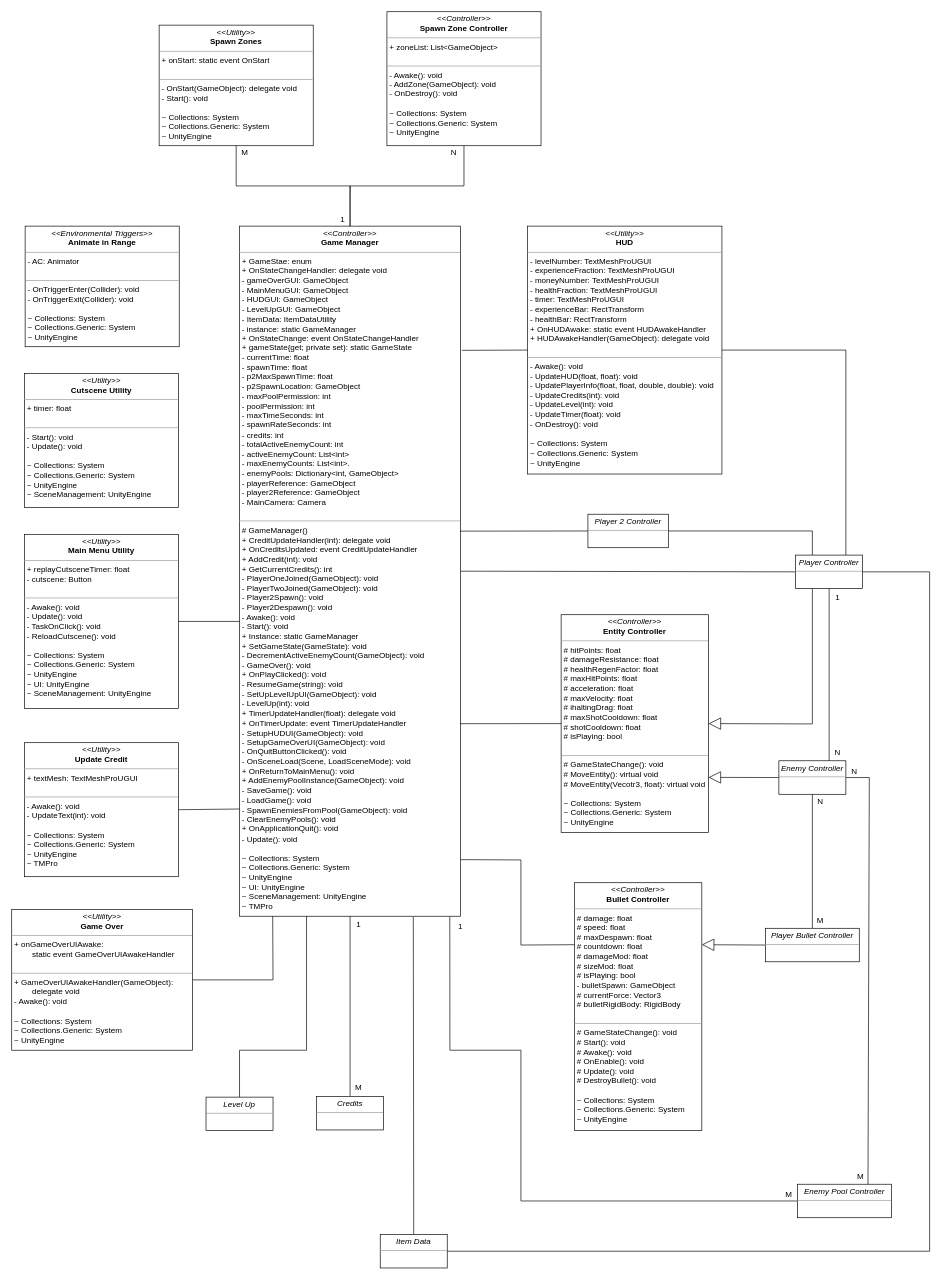
The draw.io diagram page "Game Manager" (5 of 5) of Documentation files/Class Diagram.drawio in Ulibomber1/Middlespace-Survivor, before the edit. Source tidied: cells renumbered, new cells numbered last; positions are measured from the earlier drawing's top-left corner, leaving out a move shared by most shapes. Both pictures are drawn from the tidied source at 67%, with x=0, y=0 at pixel (11, 11).
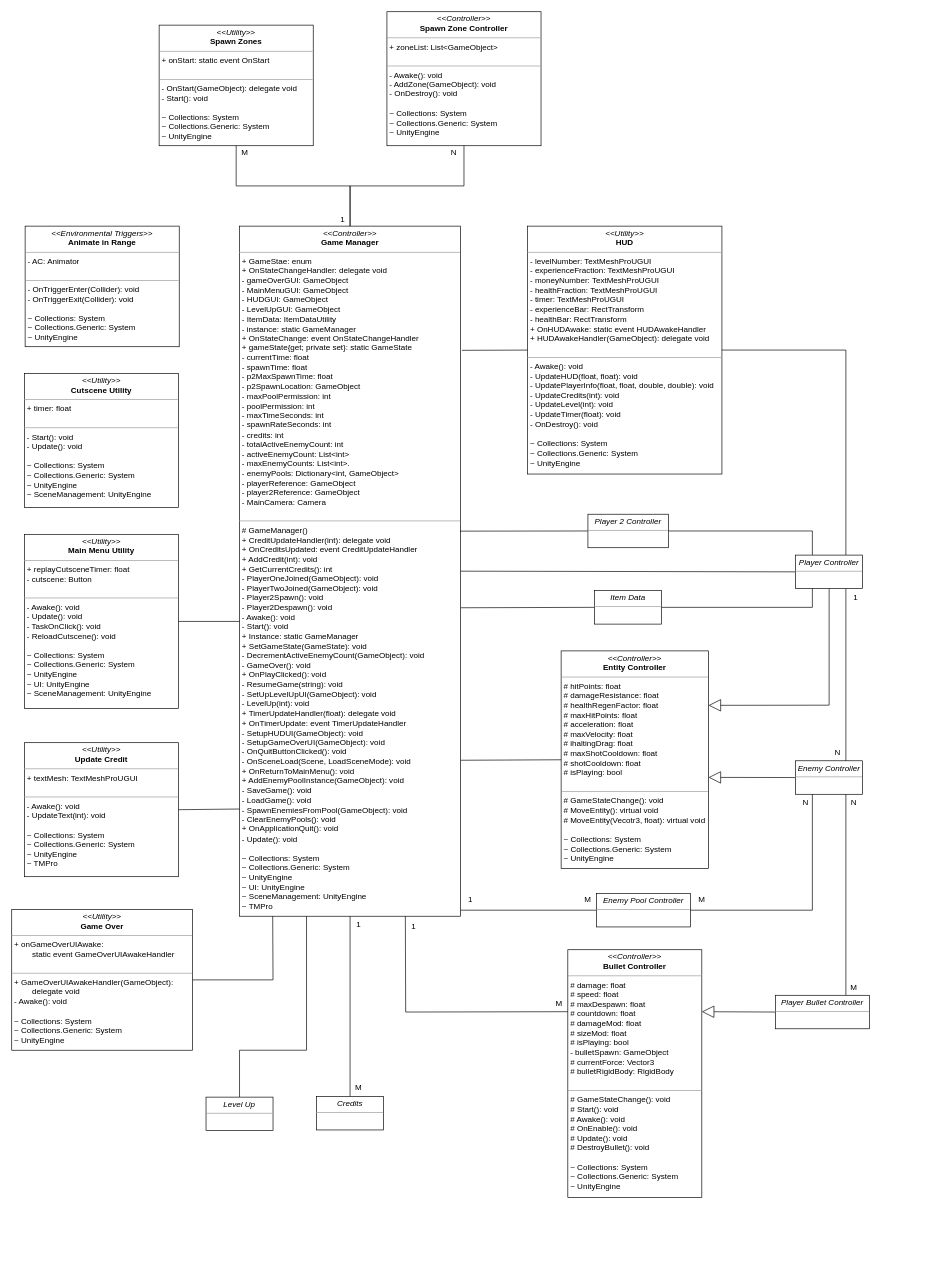
After the change.

The change refers to these unchanged cells:
```xml
<mxCell id="5" value="&lt;p style=&quot;margin:0px;margin-top:4px;text-align:center;&quot;&gt;&lt;i&gt;&amp;lt;&amp;lt;Controller&amp;gt;&amp;gt;&lt;/i&gt;&lt;br&gt;&lt;b&gt;Game Manager&lt;/b&gt;&lt;/p&gt;&lt;hr size=&quot;1&quot;&gt;&lt;p style=&quot;margin:0px;margin-left:4px;&quot;&gt;&lt;span style=&quot;background-color: initial;&quot;&gt;+ GameStae: enum&lt;/span&gt;&lt;/p&gt;&lt;p style=&quot;margin:0px;margin-left:4px;&quot;&gt;&lt;span style=&quot;background-color: initial;&quot;&gt;+ OnStateChangeHandler: delegate void&lt;/span&gt;&lt;br&gt;&lt;/p&gt;&lt;p style=&quot;margin:0px;margin-left:4px;&quot;&gt;- gameOverGUI: GameObject&lt;/p&gt;&lt;p style=&quot;margin:0px;margin-left:4px;&quot;&gt;- MainMenuGUI: GameObject&lt;br&gt;&lt;/p&gt;&lt;p style=&quot;margin:0px;margin-left:4px;&quot;&gt;- HUDGUI: GameObject&lt;br&gt;&lt;/p&gt;&lt;p style=&quot;margin:0px;margin-left:4px;&quot;&gt;- LevelUpGUI: GameObject&lt;br&gt;&lt;/p&gt;&lt;p style=&quot;margin:0px;margin-left:4px;&quot;&gt;- ItemData: ItemDataUtility&lt;br&gt;&lt;/p&gt;&lt;p style=&quot;margin:0px;margin-left:4px;&quot;&gt;- instance: static GameManager&lt;/p&gt;&lt;p style=&quot;margin:0px;margin-left:4px;&quot;&gt;&lt;span style=&quot;background-color: initial;&quot;&gt;+ OnStateChange: event OnStateChangeHandler&lt;/span&gt;&lt;/p&gt;&lt;p style=&quot;margin:0px;margin-left:4px;&quot;&gt;+ gameState{get; private set}: static GameState&lt;/p&gt;&lt;p style=&quot;margin:0px;margin-left:4px;&quot;&gt;- currentTime: float&lt;/p&gt;&lt;p style=&quot;margin:0px;margin-left:4px;&quot;&gt;- spawnTime: float&lt;/p&gt;&lt;p style=&quot;margin:0px;margin-left:4px;&quot;&gt;- p2MaxSpawnTime: float&lt;/p&gt;&lt;p style=&quot;margin:0px;margin-left:4px;&quot;&gt;- p2SpawnLocation: GameObject&lt;/p&gt;&lt;p style=&quot;margin:0px;margin-left:4px;&quot;&gt;- maxPoolPermission: int&lt;/p&gt;&lt;p style=&quot;margin:0px;margin-left:4px;&quot;&gt;- poolPermission: int&lt;/p&gt;&lt;p style=&quot;margin:0px;margin-left:4px;&quot;&gt;- maxTimeSeconds: int&lt;/p&gt;&lt;p style=&quot;margin:0px;margin-left:4px;&quot;&gt;- spawnRateSeconds: int&lt;/p&gt;&lt;p style=&quot;margin:0px;margin-left:4px;&quot;&gt;- credits: int&lt;/p&gt;&lt;p style=&quot;margin:0px;margin-left:4px;&quot;&gt;- totalActiveEnemyCount: int&lt;/p&gt;&lt;p style=&quot;margin:0px;margin-left:4px;&quot;&gt;- activeEnemyCount: List&amp;lt;int&amp;gt;&lt;/p&gt;&lt;p style=&quot;margin:0px;margin-left:4px;&quot;&gt;- maxEnemyCounts: List&amp;lt;int&amp;gt;.&lt;/p&gt;&lt;p style=&quot;margin:0px;margin-left:4px;&quot;&gt;- enemyPools: Dictionary&amp;lt;int, GameObject&amp;gt;&lt;/p&gt;&lt;p style=&quot;margin:0px;margin-left:4px;&quot;&gt;- playerReference: GameObject&lt;/p&gt;&lt;p style=&quot;margin:0px;margin-left:4px;&quot;&gt;- player2Reference: GameObject&lt;/p&gt;&lt;p style=&quot;margin:0px;margin-left:4px;&quot;&gt;- MainCamera: Camera&lt;/p&gt;&lt;br&gt;&lt;hr size=&quot;1&quot;&gt;&lt;p style=&quot;margin:0px;margin-left:4px;&quot;&gt;# GameManager()&lt;/p&gt;&lt;p style=&quot;margin:0px;margin-left:4px;&quot;&gt;+ CreditUpdateHandler(int): delegate void&lt;/p&gt;&lt;p style=&quot;margin:0px;margin-left:4px;&quot;&gt;+ OnCreditsUpdated: event CreditUpdateHandler&lt;/p&gt;&lt;p style=&quot;margin:0px;margin-left:4px;&quot;&gt;+ AddCredit(int): void&lt;/p&gt;&lt;p style=&quot;margin:0px;margin-left:4px;&quot;&gt;+ GetCurrentCredits(): int&lt;/p&gt;&lt;p style=&quot;margin:0px;margin-left:4px;&quot;&gt;- PlayerOneJoined(GameObject): void&lt;/p&gt;&lt;p style=&quot;margin:0px;margin-left:4px;&quot;&gt;- PlayerTwoJoined(GameObject): void&lt;/p&gt;&lt;p style=&quot;margin:0px;margin-left:4px;&quot;&gt;- Player2Spawn(): void&lt;/p&gt;&lt;p style=&quot;margin:0px;margin-left:4px;&quot;&gt;- Player2Despawn(): void&lt;/p&gt;&lt;p style=&quot;margin:0px;margin-left:4px;&quot;&gt;- Awake(): void&lt;/p&gt;&lt;p style=&quot;margin:0px;margin-left:4px;&quot;&gt;- Start(): void&lt;/p&gt;&lt;p style=&quot;margin:0px;margin-left:4px;&quot;&gt;+ Instance: static GameManager&lt;/p&gt;&lt;p style=&quot;margin:0px;margin-left:4px;&quot;&gt;+ SetGameState(GameState): void&lt;/p&gt;&lt;p style=&quot;margin:0px;margin-left:4px;&quot;&gt;- DecrementActiveEnemyCount(GameObject): void&lt;/p&gt;&lt;p style=&quot;margin:0px;margin-left:4px;&quot;&gt;- GameOver(): void&lt;/p&gt;&lt;p style=&quot;margin:0px;margin-left:4px;&quot;&gt;+ OnPlayClicked(): void&lt;/p&gt;&lt;p style=&quot;margin:0px;margin-left:4px;&quot;&gt;- ResumeGame(string): void&lt;/p&gt;&lt;p style=&quot;margin:0px;margin-left:4px;&quot;&gt;- SetUpLevelUpUI(GameObject): void&lt;/p&gt;&lt;p style=&quot;margin:0px;margin-left:4px;&quot;&gt;- LevelUp(int): void&lt;/p&gt;&lt;p style=&quot;margin:0px;margin-left:4px;&quot;&gt;+ TimerUpdateHandler(float): delegate void&lt;/p&gt;&lt;p style=&quot;margin:0px;margin-left:4px;&quot;&gt;+ OnTimerUpdate: event TimerUpdateHandler&lt;/p&gt;&lt;p style=&quot;margin:0px;margin-left:4px;&quot;&gt;- SetupHUDUI(GameObject): void&lt;/p&gt;&lt;p style=&quot;margin:0px;margin-left:4px;&quot;&gt;- SetupGameOverUI(GameObject): void&lt;/p&gt;&lt;p style=&quot;margin:0px;margin-left:4px;&quot;&gt;- OnQuitButtonClicked(): void&lt;/p&gt;&lt;p style=&quot;margin:0px;margin-left:4px;&quot;&gt;- OnSceneLoad(Scene, LoadSceneMode): void&lt;/p&gt;&lt;p style=&quot;margin:0px;margin-left:4px;&quot;&gt;+ OnReturnToMainMenu(): void&lt;/p&gt;&lt;p style=&quot;margin:0px;margin-left:4px;&quot;&gt;+ AddEnemyPoolInstance(GameObject): void&lt;/p&gt;&lt;p style=&quot;margin:0px;margin-left:4px;&quot;&gt;- SaveGame(): void&lt;/p&gt;&lt;p style=&quot;margin:0px;margin-left:4px;&quot;&gt;- LoadGame(): void&lt;/p&gt;&lt;p style=&quot;margin:0px;margin-left:4px;&quot;&gt;- SpawnEnemiesFromPool(GameObject): void&lt;/p&gt;&lt;p style=&quot;margin:0px;margin-left:4px;&quot;&gt;- ClearEnemyPools(): void&lt;/p&gt;&lt;p style=&quot;margin:0px;margin-left:4px;&quot;&gt;+ OnApplicationQuit(): void&lt;/p&gt;&lt;p style=&quot;margin:0px;margin-left:4px;&quot;&gt;- Update(): void&lt;/p&gt;&lt;p style=&quot;border-color: var(--border-color); margin: 0px 0px 0px 4px;&quot;&gt;&lt;br&gt;&lt;/p&gt;&lt;p style=&quot;border-color: var(--border-color); margin: 0px 0px 0px 4px;&quot;&gt;~ Collections: System&lt;/p&gt;&lt;p style=&quot;border-color: var(--border-color); margin: 0px 0px 0px 4px;&quot;&gt;~ Collections.Generic: System&lt;/p&gt;&lt;p style=&quot;border-color: var(--border-color); margin: 0px 0px 0px 4px;&quot;&gt;~ UnityEngine&lt;/p&gt;&lt;p style=&quot;border-color: var(--border-color); margin: 0px 0px 0px 4px;&quot;&gt;~ UI: UnityEngine&lt;/p&gt;&lt;p style=&quot;border-color: var(--border-color); margin: 0px 0px 0px 4px;&quot;&gt;~ SceneManagement: UnityEngine&lt;/p&gt;&lt;p style=&quot;border-color: var(--border-color); margin: 0px 0px 0px 4px;&quot;&gt;~ TMPro&lt;/p&gt;" style="verticalAlign=top;align=left;overflow=fill;fontSize=12;fontFamily=Helvetica;html=1;rounded=0;shadow=0;comic=0;labelBackgroundColor=none;strokeWidth=1;" parent="1" vertex="1">
  <mxGeometry x="340" y="320" width="330" height="1030" as="geometry" />
</mxCell>
<mxCell id="40" value="&lt;p style=&quot;margin:0px;margin-top:4px;text-align:center;&quot;&gt;&lt;i&gt;Player Controller&lt;/i&gt;&lt;/p&gt;&lt;hr size=&quot;1&quot;&gt;&lt;p style=&quot;margin:0px;margin-left:4px;&quot;&gt;&lt;br&gt;&lt;/p&gt;" style="verticalAlign=top;align=left;overflow=fill;fontSize=12;fontFamily=Helvetica;html=1;rounded=0;shadow=0;comic=0;labelBackgroundColor=none;strokeWidth=1;" parent="1" vertex="1">
  <mxGeometry x="1170" y="811" width="100" height="50" as="geometry" />
</mxCell>
```

Change to the diagram source:
```diff
@@
-    <mxCell id="2" style="endArrow=block;endSize=16;endFill=0;html=1;rounded=0;entryX=1;entryY=0.5;entryDx=0;entryDy=0;exitX=0.25;exitY=1;exitDx=0;exitDy=0;" parent="1" edge="1" source="40" target="8">
+    <mxCell id="2" style="endArrow=block;endSize=16;endFill=0;html=1;rounded=0;entryX=1;entryY=0.25;entryDx=0;entryDy=0;exitX=0.5;exitY=1;exitDx=0;exitDy=0;" parent="1" edge="1" source="40" target="8">
       <mxGeometry relative="1" as="geometry">
         <Array as="points">
-          <mxPoint x="1195" y="1063" />
+          <mxPoint x="1220" y="1035" />
         </Array>
       </mxGeometry>
     </mxCell>
@@
     <mxCell id="4" value="&lt;p style=&quot;margin:0px;margin-top:4px;text-align:center;&quot;&gt;&lt;i&gt;&amp;lt;&amp;lt;Controller&amp;gt;&amp;gt;&lt;/i&gt;&lt;br&gt;&lt;b&gt;Bullet Controller&lt;/b&gt;&lt;/p&gt;&lt;hr size=&quot;1&quot;&gt;&lt;p style=&quot;margin:0px;margin-left:4px;&quot;&gt;# damage: float&lt;/p&gt;&lt;p style=&quot;margin:0px;margin-left:4px;&quot;&gt;# speed: float&lt;/p&gt;&lt;p style=&quot;margin:0px;margin-left:4px;&quot;&gt;# maxDespawn: float&lt;/p&gt;&lt;p style=&quot;margin:0px;margin-left:4px;&quot;&gt;# countdown: float&lt;/p&gt;&lt;p style=&quot;margin:0px;margin-left:4px;&quot;&gt;# damageMod: float&lt;/p&gt;&lt;p style=&quot;margin:0px;margin-left:4px;&quot;&gt;# sizeMod: float&lt;/p&gt;&lt;p style=&quot;margin:0px;margin-left:4px;&quot;&gt;# isPlaying: bool&lt;/p&gt;&lt;p style=&quot;margin:0px;margin-left:4px;&quot;&gt;- bulletSpawn: GameObject&lt;/p&gt;&lt;p style=&quot;margin:0px;margin-left:4px;&quot;&gt;# currentForce: Vector3&lt;/p&gt;&lt;p style=&quot;margin:0px;margin-left:4px;&quot;&gt;# bulletRigidBody: RigidBody&lt;/p&gt;&lt;p style=&quot;margin:0px;margin-left:4px;&quot;&gt;&lt;br&gt;&lt;/p&gt;&lt;hr size=&quot;1&quot;&gt;&lt;p style=&quot;margin:0px;margin-left:4px;&quot;&gt;# GameStateChange(): void&lt;/p&gt;&lt;p style=&quot;margin:0px;margin-left:4px;&quot;&gt;# Start(): void&lt;/p&gt;&lt;p style=&quot;margin:0px;margin-left:4px;&quot;&gt;# Awake(): void&lt;/p&gt;&lt;p style=&quot;margin:0px;margin-left:4px;&quot;&gt;# OnEnable(): void&lt;/p&gt;&lt;p style=&quot;margin:0px;margin-left:4px;&quot;&gt;# Update(): void&lt;/p&gt;&lt;p style=&quot;margin:0px;margin-left:4px;&quot;&gt;# DestroyBullet(): void&lt;/p&gt;&lt;p style=&quot;margin:0px;margin-left:4px;&quot;&gt;&lt;span style=&quot;background-color: initial;&quot;&gt;&lt;br&gt;&lt;/span&gt;&lt;/p&gt;&lt;p style=&quot;margin:0px;margin-left:4px;&quot;&gt;&lt;span style=&quot;background-color: initial;&quot;&gt;~ Collections: System&lt;/span&gt;&lt;/p&gt;&lt;p style=&quot;margin:0px;margin-left:4px;&quot;&gt;&lt;span style=&quot;background-color: initial;&quot;&gt;~ Collections.Generic: System&lt;/span&gt;&lt;/p&gt;&lt;p style=&quot;margin:0px;margin-left:4px;&quot;&gt;&lt;span style=&quot;background-color: initial;&quot;&gt;~ UnityEngine&lt;/span&gt;&lt;/p&gt;" style="verticalAlign=top;align=left;overflow=fill;fontSize=12;fontFamily=Helvetica;html=1;rounded=0;shadow=0;comic=0;labelBackgroundColor=none;strokeWidth=1;" parent="1" vertex="1">
-      <mxGeometry x="840" y="1300" width="190" height="370" as="geometry" />
+      <mxGeometry x="830" y="1400" width="200" height="370" as="geometry" />
     </mxCell>
@@
-    <mxCell id="6" style="endArrow=none;html=1;rounded=0;exitX=0;exitY=0.25;exitDx=0;exitDy=0;entryX=1;entryY=0.918;entryDx=0;entryDy=0;entryPerimeter=0;" parent="1" edge="1" source="4" target="5">
+    <mxCell id="6" style="endArrow=none;html=1;rounded=0;exitX=0;exitY=0.25;exitDx=0;exitDy=0;entryX=0.75;entryY=1;entryDx=0;entryDy=0;" parent="1" edge="1" source="4" target="5">
       <mxGeometry relative="1" as="geometry">
         <Array as="points">
-          <mxPoint x="760" y="1393" />
-          <mxPoint x="760" y="1266" />
+          <mxPoint x="588" y="1493" />
         </Array>
       </mxGeometry>
     </mxCell>
@@
     <mxCell id="8" value="&lt;p style=&quot;margin:0px;margin-top:4px;text-align:center;&quot;&gt;&lt;i&gt;&amp;lt;&amp;lt;Controller&amp;gt;&amp;gt;&lt;/i&gt;&lt;br&gt;&lt;b&gt;Entity Controller&lt;/b&gt;&lt;/p&gt;&lt;hr size=&quot;1&quot;&gt;&lt;p style=&quot;margin:0px;margin-left:4px;&quot;&gt;# hitPoints: float&lt;/p&gt;&lt;p style=&quot;margin:0px;margin-left:4px;&quot;&gt;# damageResistance: float&lt;/p&gt;&lt;p style=&quot;margin:0px;margin-left:4px;&quot;&gt;# healthRegenFactor: float&lt;/p&gt;&lt;p style=&quot;margin:0px;margin-left:4px;&quot;&gt;# maxHitPoints: float&lt;/p&gt;&lt;p style=&quot;margin:0px;margin-left:4px;&quot;&gt;# acceleration: float&lt;/p&gt;&lt;p style=&quot;margin:0px;margin-left:4px;&quot;&gt;# maxVelocity: float&lt;/p&gt;&lt;p style=&quot;margin:0px;margin-left:4px;&quot;&gt;# ihaltingDrag: float&lt;/p&gt;&lt;p style=&quot;margin:0px;margin-left:4px;&quot;&gt;# maxShotCooldown: float&lt;/p&gt;&lt;p style=&quot;margin:0px;margin-left:4px;&quot;&gt;# shotCooldown: float&lt;/p&gt;&lt;p style=&quot;margin:0px;margin-left:4px;&quot;&gt;# isPlaying: bool&lt;/p&gt;&lt;p style=&quot;margin:0px;margin-left:4px;&quot;&gt;&lt;br&gt;&lt;/p&gt;&lt;hr size=&quot;1&quot;&gt;&lt;p style=&quot;margin:0px;margin-left:4px;&quot;&gt;# GameStateChange(): void&lt;/p&gt;&lt;p style=&quot;margin:0px;margin-left:4px;&quot;&gt;# MoveEntity(): virtual void&lt;/p&gt;&lt;p style=&quot;margin:0px;margin-left:4px;&quot;&gt;# MoveEntity(Vecotr3, float): virtual void&lt;/p&gt;&lt;p style=&quot;margin:0px;margin-left:4px;&quot;&gt;&lt;span style=&quot;background-color: initial;&quot;&gt;&lt;br&gt;&lt;/span&gt;&lt;/p&gt;&lt;p style=&quot;margin:0px;margin-left:4px;&quot;&gt;&lt;span style=&quot;background-color: initial;&quot;&gt;~ Collections: System&lt;/span&gt;&lt;/p&gt;&lt;p style=&quot;margin:0px;margin-left:4px;&quot;&gt;&lt;span style=&quot;background-color: initial;&quot;&gt;~ Collections.Generic: System&lt;/span&gt;&lt;/p&gt;&lt;p style=&quot;margin:0px;margin-left:4px;&quot;&gt;&lt;span style=&quot;background-color: initial;&quot;&gt;~ UnityEngine&lt;/span&gt;&lt;/p&gt;" style="verticalAlign=top;align=left;overflow=fill;fontSize=12;fontFamily=Helvetica;html=1;rounded=0;shadow=0;comic=0;labelBackgroundColor=none;strokeWidth=1;" parent="1" vertex="1">
-      <mxGeometry x="820" y="900" width="220" height="325" as="geometry" />
+      <mxGeometry x="820" y="954" width="220" height="325" as="geometry" />
     </mxCell>
-    <mxCell id="9" style="endArrow=none;html=1;rounded=0;exitX=0.5;exitY=1;exitDx=0;exitDy=0;entryX=0.75;entryY=1;entryDx=0;entryDy=0;" parent="1" edge="1" source="40" target="39">
+    <mxCell id="9" style="endArrow=none;html=1;rounded=0;exitX=0.75;exitY=1;exitDx=0;exitDy=0;entryX=0.75;entryY=1;entryDx=0;entryDy=0;" parent="1" edge="1" source="40" target="39">
       <mxGeometry relative="1" as="geometry" />
     </mxCell>
-    <mxCell id="10" style="endArrow=none;html=1;rounded=0;entryX=0.5;entryY=0;entryDx=0;entryDy=0;exitX=0.5;exitY=1;exitDx=0;exitDy=0;" parent="1" edge="1" source="39" target="38">
+    <mxCell id="10" style="endArrow=none;html=1;rounded=0;entryX=0.75;entryY=0;entryDx=0;entryDy=0;exitX=0.75;exitY=1;exitDx=0;exitDy=0;" parent="1" edge="1" source="39" target="38">
       <mxGeometry relative="1" as="geometry" />
     </mxCell>
-    <mxCell id="11" style="endArrow=none;html=1;rounded=0;entryX=0.997;entryY=0.721;entryDx=0;entryDy=0;exitX=0;exitY=0.5;exitDx=0;exitDy=0;entryPerimeter=0;" parent="1" edge="1" source="8" target="5">
+    <mxCell id="11" style="endArrow=none;html=1;rounded=0;entryX=1.001;entryY=0.774;entryDx=0;entryDy=0;exitX=0;exitY=0.5;exitDx=0;exitDy=0;entryPerimeter=0;" parent="1" edge="1" source="8" target="5">
       <mxGeometry relative="1" as="geometry" />
     </mxCell>
@@
-    <mxCell id="13" style="endArrow=none;html=1;rounded=0;entryX=0;entryY=0.5;entryDx=0;entryDy=0;exitX=0.951;exitY=1.001;exitDx=0;exitDy=0;exitPerimeter=0;" parent="1" edge="1" source="5" target="37">
+    <mxCell id="13" style="endArrow=none;html=1;rounded=0;entryX=0;entryY=0.5;entryDx=0;entryDy=0;" parent="1" edge="1" target="37">
       <mxGeometry relative="1" as="geometry">
-        <Array as="points">
-          <mxPoint x="654" y="1550" />
-          <mxPoint x="760" y="1550" />
-          <mxPoint x="760" y="1775" />
-        </Array>
+        <mxPoint x="670" y="1341" as="sourcePoint" />
       </mxGeometry>
     </mxCell>
@@
-    <mxCell id="25" style="endArrow=none;html=1;rounded=0;exitX=0.5;exitY=0;exitDx=0;exitDy=0;entryX=0.786;entryY=1.001;entryDx=0;entryDy=0;entryPerimeter=0;" parent="1" edge="1" source="35" target="5">
+    <mxCell id="25" style="endArrow=none;html=1;rounded=0;exitX=0;exitY=0.5;exitDx=0;exitDy=0;entryX=1.001;entryY=0.553;entryDx=0;entryDy=0;entryPerimeter=0;" parent="1" edge="1" source="35" target="5">
       <mxGeometry relative="1" as="geometry" />
     </mxCell>
@@
     <mxCell id="35" value="&lt;p style=&quot;margin:0px;margin-top:4px;text-align:center;&quot;&gt;&lt;i&gt;Item Data&lt;/i&gt;&lt;/p&gt;&lt;hr size=&quot;1&quot;&gt;&lt;p style=&quot;margin:0px;margin-left:4px;&quot;&gt;&lt;br&gt;&lt;/p&gt;" style="verticalAlign=top;align=left;overflow=fill;fontSize=12;fontFamily=Helvetica;html=1;rounded=0;shadow=0;comic=0;labelBackgroundColor=none;strokeWidth=1;" parent="1" vertex="1">
-      <mxGeometry x="550" y="1825" width="100" height="50" as="geometry" />
+      <mxGeometry x="870" y="864" width="100" height="50" as="geometry" />
     </mxCell>
@@
     <mxCell id="37" value="&lt;p style=&quot;margin:0px;margin-top:4px;text-align:center;&quot;&gt;&lt;i&gt;Enemy Pool Controller&lt;/i&gt;&lt;/p&gt;&lt;hr size=&quot;1&quot;&gt;&lt;p style=&quot;margin:0px;margin-left:4px;&quot;&gt;&lt;br&gt;&lt;/p&gt;" style="verticalAlign=top;align=left;overflow=fill;fontSize=12;fontFamily=Helvetica;html=1;rounded=0;shadow=0;comic=0;labelBackgroundColor=none;strokeWidth=1;" parent="1" vertex="1">
-      <mxGeometry x="1173" y="1750" width="140" height="50" as="geometry" />
+      <mxGeometry x="873" y="1316" width="140" height="50" as="geometry" />
     </mxCell>
     <mxCell id="38" value="&lt;p style=&quot;margin:0px;margin-top:4px;text-align:center;&quot;&gt;&lt;i&gt;Player Bullet Controller&lt;/i&gt;&lt;/p&gt;&lt;hr size=&quot;1&quot;&gt;&lt;p style=&quot;margin:0px;margin-left:4px;&quot;&gt;&lt;br&gt;&lt;/p&gt;" style="verticalAlign=top;align=left;overflow=fill;fontSize=12;fontFamily=Helvetica;html=1;rounded=0;shadow=0;comic=0;labelBackgroundColor=none;strokeWidth=1;" parent="1" vertex="1">
-      <mxGeometry x="1125" y="1368" width="140" height="50" as="geometry" />
+      <mxGeometry x="1140" y="1468" width="140" height="50" as="geometry" />
     </mxCell>
     <mxCell id="39" value="&lt;p style=&quot;margin:0px;margin-top:4px;text-align:center;&quot;&gt;&lt;i&gt;Enemy Controller&lt;/i&gt;&lt;/p&gt;&lt;hr size=&quot;1&quot;&gt;&lt;p style=&quot;margin:0px;margin-left:4px;&quot;&gt;&lt;br&gt;&lt;/p&gt;" style="verticalAlign=top;align=left;overflow=fill;fontSize=12;fontFamily=Helvetica;html=1;rounded=0;shadow=0;comic=0;labelBackgroundColor=none;strokeWidth=1;" parent="1" vertex="1">
-      <mxGeometry x="1145" y="1118" width="100" height="50" as="geometry" />
+      <mxGeometry x="1170" y="1118" width="100" height="50" as="geometry" />
     </mxCell>
@@
-    <mxCell id="42" style="endArrow=none;html=1;rounded=0;exitX=1;exitY=0.5;exitDx=0;exitDy=0;entryX=1;entryY=0.5;entryDx=0;entryDy=0;" parent="1" edge="1" source="35" target="40">
+    <mxCell id="42" style="endArrow=none;html=1;rounded=0;exitX=1;exitY=0.5;exitDx=0;exitDy=0;entryX=0.25;entryY=1;entryDx=0;entryDy=0;" parent="1" edge="1" source="35" target="40">
       <mxGeometry relative="1" as="geometry">
         <Array as="points">
-          <mxPoint x="1370" y="1850" />
-          <mxPoint x="1370" y="836" />
+          <mxPoint x="1195" y="889" />
         </Array>
       </mxGeometry>
     </mxCell>
-    <mxCell id="43" style="endArrow=none;html=1;rounded=0;exitX=0.75;exitY=0;exitDx=0;exitDy=0;entryX=1;entryY=0.5;entryDx=0;entryDy=0;" parent="1" edge="1" source="37" target="39">
+    <mxCell id="43" style="endArrow=none;html=1;rounded=0;exitX=1;exitY=0.5;exitDx=0;exitDy=0;entryX=0.25;entryY=1;entryDx=0;entryDy=0;" parent="1" edge="1" source="37" target="39">
       <mxGeometry relative="1" as="geometry">
         <Array as="points">
-          <mxPoint x="1280" y="1143" />
+          <mxPoint x="1195" y="1341" />
         </Array>
       </mxGeometry>
     </mxCell>
@@
     <mxCell id="49" value="1" style="text;html=1;strokeColor=none;fillColor=none;align=center;verticalAlign=middle;whiteSpace=wrap;rounded=0;fontStyle=0;" parent="1" vertex="1">
-      <mxGeometry x="1203" y="859" width="60" height="30" as="geometry" />
+      <mxGeometry x="1230" y="860" width="60" height="30" as="geometry" />
     </mxCell>
@@
     <mxCell id="51" value="N" style="text;html=1;strokeColor=none;fillColor=none;align=center;verticalAlign=middle;whiteSpace=wrap;rounded=0;fontStyle=0;" parent="1" vertex="1">
-      <mxGeometry x="1228" y="1119" width="60" height="30" as="geometry" />
+      <mxGeometry x="1227" y="1165" width="60" height="30" as="geometry" />
     </mxCell>
     <mxCell id="52" value="M" style="text;html=1;strokeColor=none;fillColor=none;align=center;verticalAlign=middle;whiteSpace=wrap;rounded=0;fontStyle=0;" parent="1" vertex="1">
-      <mxGeometry x="1237" y="1724" width="60" height="30" as="geometry" />
+      <mxGeometry x="1000" y="1310" width="60" height="30" as="geometry" />
     </mxCell>
     <mxCell id="53" value="N" style="text;html=1;strokeColor=none;fillColor=none;align=center;verticalAlign=middle;whiteSpace=wrap;rounded=0;fontStyle=0;" parent="1" vertex="1">
-      <mxGeometry x="1177" y="1164" width="60" height="30" as="geometry" />
+      <mxGeometry x="1155" y="1166" width="60" height="30" as="geometry" />
     </mxCell>
     <mxCell id="54" value="M" style="text;html=1;strokeColor=none;fillColor=none;align=center;verticalAlign=middle;whiteSpace=wrap;rounded=0;fontStyle=0;" parent="1" vertex="1">
-      <mxGeometry x="1177" y="1341" width="60" height="30" as="geometry" />
+      <mxGeometry x="1227" y="1441" width="60" height="30" as="geometry" />
     </mxCell>
     <mxCell id="55" value="M" style="text;html=1;strokeColor=none;fillColor=none;align=center;verticalAlign=middle;whiteSpace=wrap;rounded=0;fontStyle=0;" parent="1" vertex="1">
-      <mxGeometry x="1130" y="1750" width="60" height="30" as="geometry" />
+      <mxGeometry x="830" y="1310" width="60" height="30" as="geometry" />
     </mxCell>
     <mxCell id="56" value="1" style="text;html=1;strokeColor=none;fillColor=none;align=center;verticalAlign=middle;whiteSpace=wrap;rounded=0;fontStyle=0;" parent="1" vertex="1">
-      <mxGeometry x="640" y="1350" width="60" height="30" as="geometry" />
+      <mxGeometry x="570" y="1350" width="60" height="30" as="geometry" />
     </mxCell>
+    <mxCell id="57" value="1" style="text;html=1;strokeColor=none;fillColor=none;align=center;verticalAlign=middle;whiteSpace=wrap;rounded=0;fontStyle=0;" parent="1" vertex="1">
+      <mxGeometry x="655" y="1310" width="60" height="30" as="geometry" />
+    </mxCell>
+    <mxCell id="58" value="M" style="text;html=1;strokeColor=none;fillColor=none;align=center;verticalAlign=middle;whiteSpace=wrap;rounded=0;fontStyle=0;" parent="1" vertex="1">
+      <mxGeometry x="787" y="1465" width="60" height="30" as="geometry" />
+    </mxCell>
```
